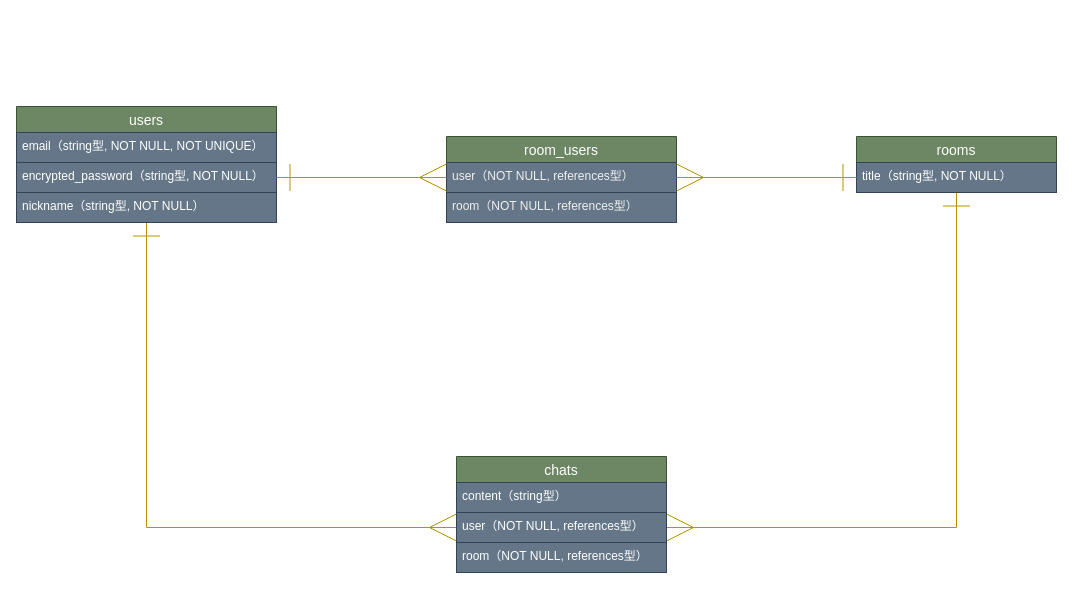
yassunsun/mlb-joy keeps this draw.io diagram as mlb-joy.dio. Above is the earlier version. Source tidied: cells renumbered, new cells numbered last; positions are measured from the earlier drawing's top-left corner, leaving out a move shared by most shapes. Both pictures are drawn from the tidied source at 100%, with x=0, y=0 at pixel (16, 106).
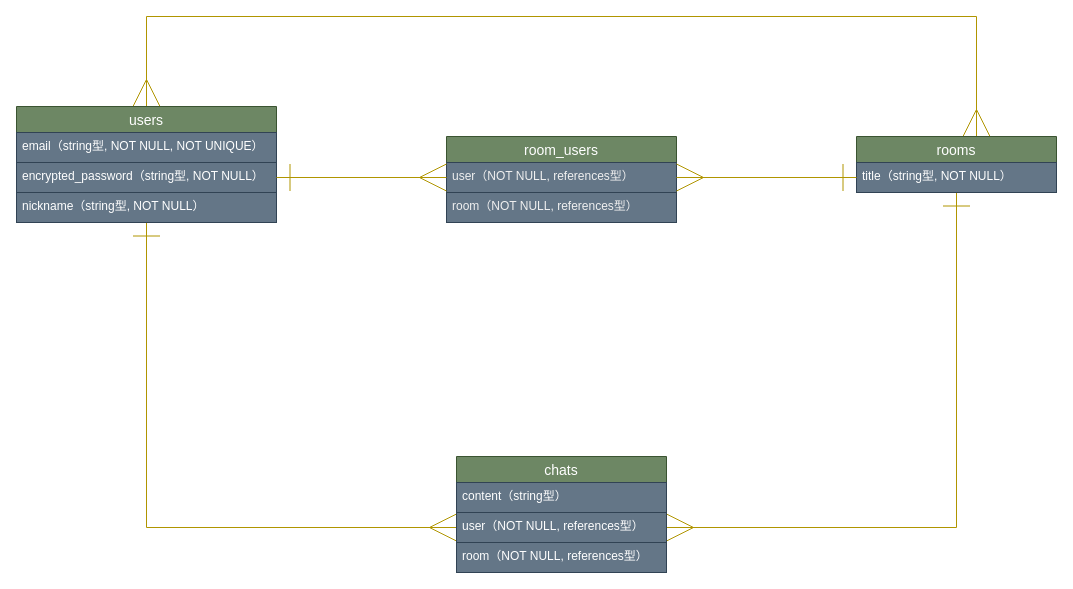
The same diagram, later.

The change refers to these unchanged cells:
```xml
<mxCell id="3" value="users" style="swimlane;fontStyle=0;horizontal=1;startSize=26;align=center;fontSize=14;fillColor=#6d8764;strokeColor=#3A5431;fontColor=#ffffff;" parent="1" vertex="1">
  <mxGeometry width="260" height="116" as="geometry" />
</mxCell>
<mxCell id="8" value="rooms" style="swimlane;fontStyle=0;horizontal=1;startSize=26;align=center;fontSize=14;fillColor=#6d8764;strokeColor=#3A5431;fontColor=#ffffff;" parent="1" vertex="1">
  <mxGeometry x="840" y="30" width="200" height="56" as="geometry" />
</mxCell>
```

Change to the diagram source:
```diff
@@
+    <mxCell id="19" style="edgeStyle=orthogonalEdgeStyle;rounded=0;jettySize=auto;html=1;entryX=0.6;entryY=0;entryDx=0;entryDy=0;entryPerimeter=0;exitX=0.5;exitY=0;exitDx=0;exitDy=0;fillColor=#e3c800;strokeColor=#B09500;endArrow=ERmany;endFill=0;startArrow=ERmany;startFill=0;endSize=25;startSize=25;" parent="1" edge="1" source="3" target="8">
+      <mxGeometry relative="1" as="geometry">
+        <Array as="points">
+          <mxPoint x="130" y="-90" />
+          <mxPoint x="960" y="-90" />
+        </Array>
+      </mxGeometry>
+    </mxCell>
```
